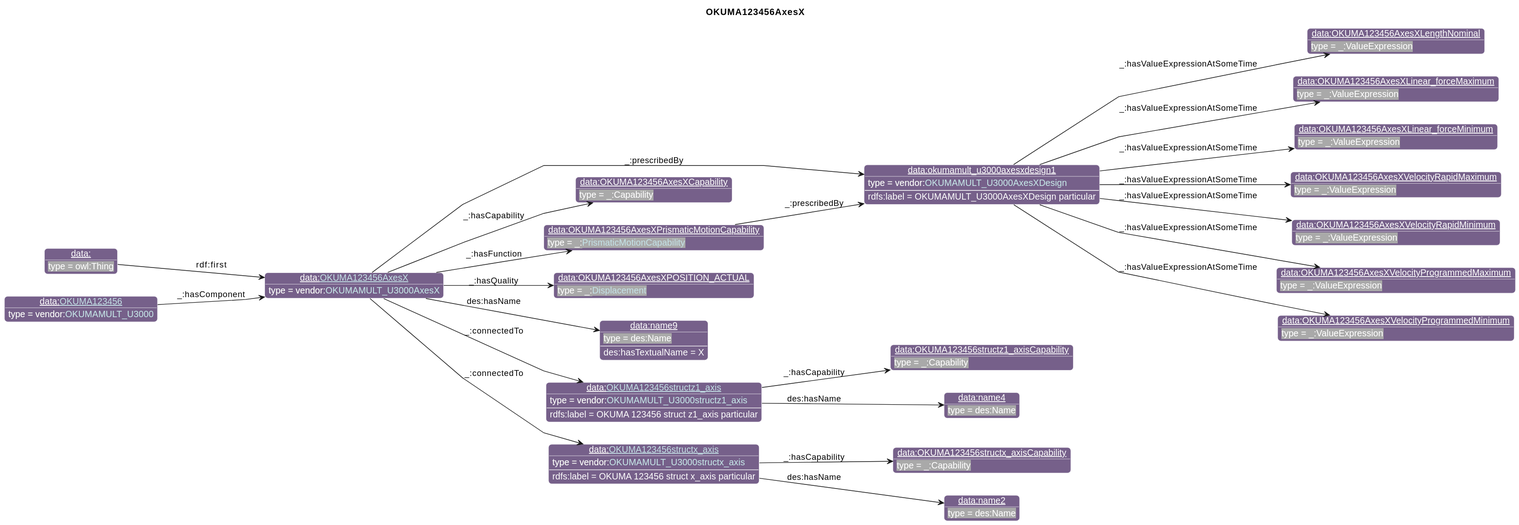
Earlier version of the PlantUML export diagrams/OKUMA123456AxesX.svg (iofoundry/example-syseng-mtconnect).
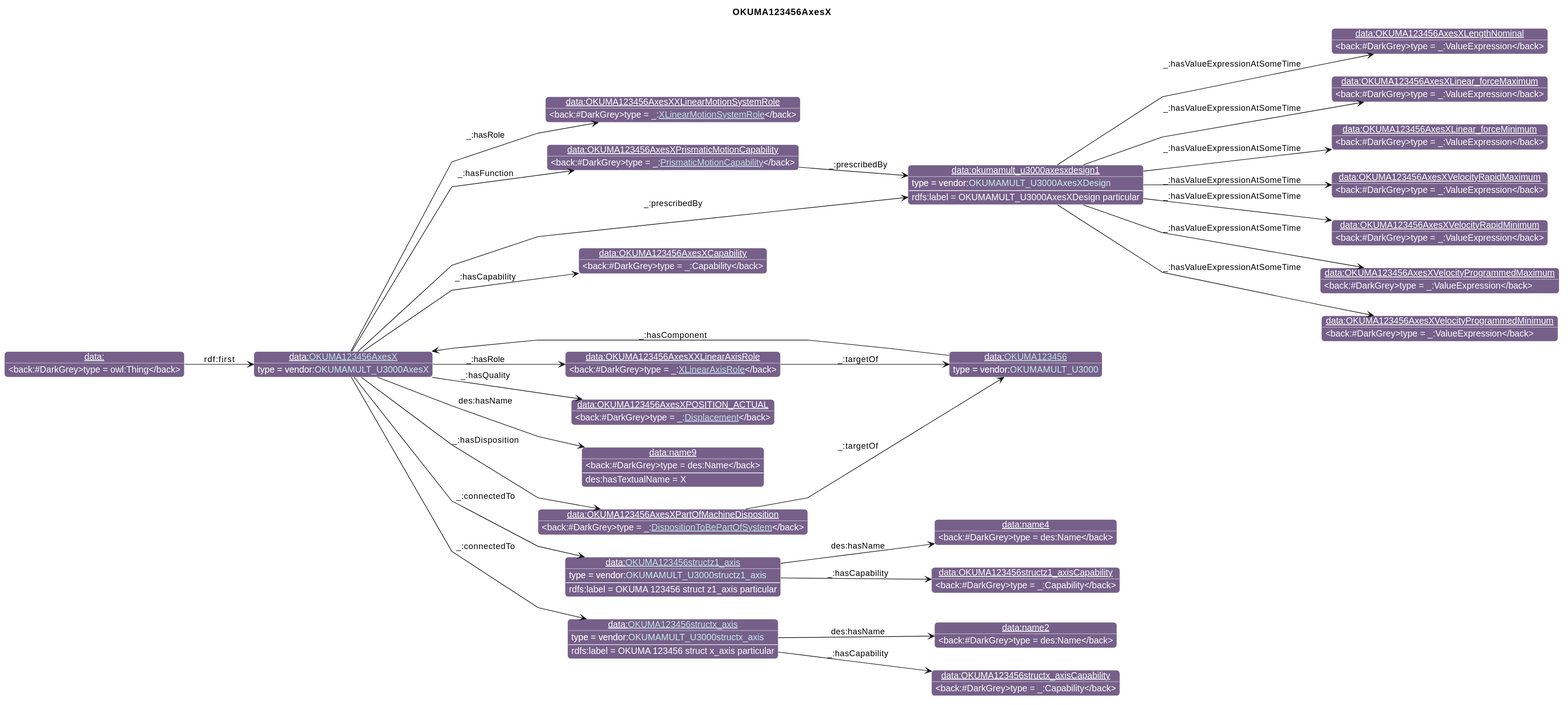
The same diagram one commit later.

The edit, as a diff of the source:
```diff
@@ -26,49 +26,57 @@
                       "qp":"641B2E"
       }
 individual(o0, data:[[./OKUMA123456AxesX.html OKUMA123456AxesX]], vendor:[[../OKUMA.html#OKUMAMULT_U3000AxesX OKUMAMULT_U3000AxesX]])
-individual(o1, data:okumamult_u3000axesxdesign1, vendor:[[../OKUMA.html#OKUMAMULT_U3000AxesXDesign OKUMAMULT_U3000AxesXDesign]])
-individual(o2, data:OKUMA123456AxesXLengthNominal, _:ValueExpression)
-individual(o3, data:OKUMA123456AxesXLinear_forceMaximum, _:ValueExpression)
-individual(o4, data:OKUMA123456AxesXLinear_forceMinimum, _:ValueExpression)
-individual(o5, data:OKUMA123456AxesXVelocityRapidMaximum, _:ValueExpression)
-individual(o6, data:OKUMA123456AxesXVelocityRapidMinimum, _:ValueExpression)
-individual(o7, data:OKUMA123456AxesXVelocityProgrammedMaximum, _:ValueExpression)
-individual(o8, data:OKUMA123456AxesXVelocityProgrammedMinimum, _:ValueExpression)
-individual(o9, data:OKUMA123456AxesXCapability, _:Capability)
-individual(o10, data:OKUMA123456AxesXPrismaticMotionCapability, _:[[../MTConnect.html#PrismaticMotionCapability PrismaticMotionCapability]])
-individual(o11, data:OKUMA123456AxesXPOSITION_ACTUAL, _:[[../MTConnect.html#Displacement Displacement]])
-individual(o12, data:name9, des:Name)
-individual(o13, data:[[./OKUMA123456structz1_axis.html OKUMA123456structz1_axis]], vendor:[[../OKUMA.html#OKUMAMULT_U3000structz1_axis OKUMAMULT_U3000structz1_axis]])
-individual(o14, data:OKUMA123456structz1_axisCapability, _:Capability)
-individual(o15, data:name4, des:Name)
-individual(o16, data:[[./OKUMA123456structx_axis.html OKUMA123456structx_axis]], vendor:[[../OKUMA.html#OKUMAMULT_U3000structx_axis OKUMAMULT_U3000structx_axis]])
-individual(o17, data:OKUMA123456structx_axisCapability, _:Capability)
-individual(o18, data:name2, des:Name)
-individual(o19, data:, owl:Thing)
-individual(o20, data:[[./OKUMA123456.html OKUMA123456]], vendor:[[../OKUMA.html#OKUMAMULT_U3000 OKUMAMULT_U3000]])
-property(o0, "_:prescribedBy", o1)
-data(o1, "rdfs:label", "OKUMAMULT_U3000AxesXDesign particular")
-property(o1, "_:hasValueExpressionAtSomeTime", o2)
-property(o1, "_:hasValueExpressionAtSomeTime", o3)
-property(o1, "_:hasValueExpressionAtSomeTime", o4)
-property(o1, "_:hasValueExpressionAtSomeTime", o5)
-property(o1, "_:hasValueExpressionAtSomeTime", o6)
-property(o1, "_:hasValueExpressionAtSomeTime", o7)
-property(o1, "_:hasValueExpressionAtSomeTime", o8)
-property(o0, "_:hasCapability", o9)
-property(o0, "_:hasFunction", o10)
-property(o10, "_:prescribedBy", o1)
-property(o0, "_:hasQuality", o11)
-property(o0, "des:hasName", o12)
-data(o12, "des:hasTextualName", "X")
-property(o0, "_:connectedTo", o13)
-data(o13, "rdfs:label", "OKUMA 123456 struct z1_axis particular")
-property(o13, "_:hasCapability", o14)
-property(o13, "des:hasName", o15)
-property(o0, "_:connectedTo", o16)
-data(o16, "rdfs:label", "OKUMA 123456 struct x_axis particular")
-property(o16, "_:hasCapability", o17)
-property(o16, "des:hasName", o18)
-property(o19, "rdf:first", o0)
-property(o20, "_:hasComponent", o0)
+individual(o1, data:OKUMA123456AxesXXLinearMotionSystemRole, _:[[../MTConnect.html#XLinearMotionSystemRole XLinearMotionSystemRole]])
+individual(o2, data:OKUMA123456AxesXXLinearAxisRole, _:[[../MTConnect.html#XLinearAxisRole XLinearAxisRole]])
+individual(o3, data:[[./OKUMA123456.html OKUMA123456]], vendor:[[../OKUMA.html#OKUMAMULT_U3000 OKUMAMULT_U3000]])
+individual(o4, data:okumamult_u3000axesxdesign1, vendor:[[../OKUMA.html#OKUMAMULT_U3000AxesXDesign OKUMAMULT_U3000AxesXDesign]])
+individual(o5, data:OKUMA123456AxesXLengthNominal, _:ValueExpression)
+individual(o6, data:OKUMA123456AxesXLinear_forceMaximum, _:ValueExpression)
+individual(o7, data:OKUMA123456AxesXLinear_forceMinimum, _:ValueExpression)
+individual(o8, data:OKUMA123456AxesXVelocityRapidMaximum, _:ValueExpression)
+individual(o9, data:OKUMA123456AxesXVelocityRapidMinimum, _:ValueExpression)
+individual(o10, data:OKUMA123456AxesXVelocityProgrammedMaximum, _:ValueExpression)
+individual(o11, data:OKUMA123456AxesXVelocityProgrammedMinimum, _:ValueExpression)
+individual(o12, data:OKUMA123456AxesXCapability, _:Capability)
+individual(o13, data:OKUMA123456AxesXPrismaticMotionCapability, _:[[../MTConnect.html#PrismaticMotionCapability PrismaticMotionCapability]])
+individual(o14, data:OKUMA123456AxesXPartOfMachineDisposition, _:[[../MTConnect.html#DispositionToBePartOfSystem DispositionToBePartOfSystem]])
+individual(o15, data:OKUMA123456AxesXPOSITION_ACTUAL, _:[[../MTConnect.html#Displacement Displacement]])
+individual(o16, data:name9, des:Name)
+individual(o17, data:[[./OKUMA123456structz1_axis.html OKUMA123456structz1_axis]], vendor:[[../OKUMA.html#OKUMAMULT_U3000structz1_axis OKUMAMULT_U3000structz1_axis]])
+individual(o18, data:OKUMA123456structz1_axisCapability, _:Capability)
+individual(o19, data:name4, des:Name)
+individual(o20, data:[[./OKUMA123456structx_axis.html OKUMA123456structx_axis]], vendor:[[../OKUMA.html#OKUMAMULT_U3000structx_axis OKUMAMULT_U3000structx_axis]])
+individual(o21, data:OKUMA123456structx_axisCapability, _:Capability)
+individual(o22, data:name2, des:Name)
+individual(o23, data:, owl:Thing)
+property(o0, "_:hasRole", o1)
+property(o0, "_:hasRole", o2)
+property(o2, "_:targetOf", o3)
+property(o0, "_:prescribedBy", o4)
+data(o4, "rdfs:label", "OKUMAMULT_U3000AxesXDesign particular")
+property(o4, "_:hasValueExpressionAtSomeTime", o5)
+property(o4, "_:hasValueExpressionAtSomeTime", o6)
+property(o4, "_:hasValueExpressionAtSomeTime", o7)
+property(o4, "_:hasValueExpressionAtSomeTime", o8)
+property(o4, "_:hasValueExpressionAtSomeTime", o9)
+property(o4, "_:hasValueExpressionAtSomeTime", o10)
+property(o4, "_:hasValueExpressionAtSomeTime", o11)
+property(o0, "_:hasCapability", o12)
+property(o0, "_:hasFunction", o13)
+property(o13, "_:prescribedBy", o4)
+property(o0, "_:hasDisposition", o14)
+property(o14, "_:targetOf", o3)
+property(o0, "_:hasQuality", o15)
+property(o0, "des:hasName", o16)
+data(o16, "des:hasTextualName", "X")
+property(o0, "_:connectedTo", o17)
+data(o17, "rdfs:label", "OKUMA 123456 struct z1_axis particular")
+property(o17, "_:hasCapability", o18)
+property(o17, "des:hasName", o19)
+property(o0, "_:connectedTo", o20)
+data(o20, "rdfs:label", "OKUMA 123456 struct x_axis particular")
+property(o20, "_:hasCapability", o21)
+property(o20, "des:hasName", o22)
+property(o23, "rdf:first", o0)
+property(o3, "_:hasComponent", o0)
 @enduml
```
